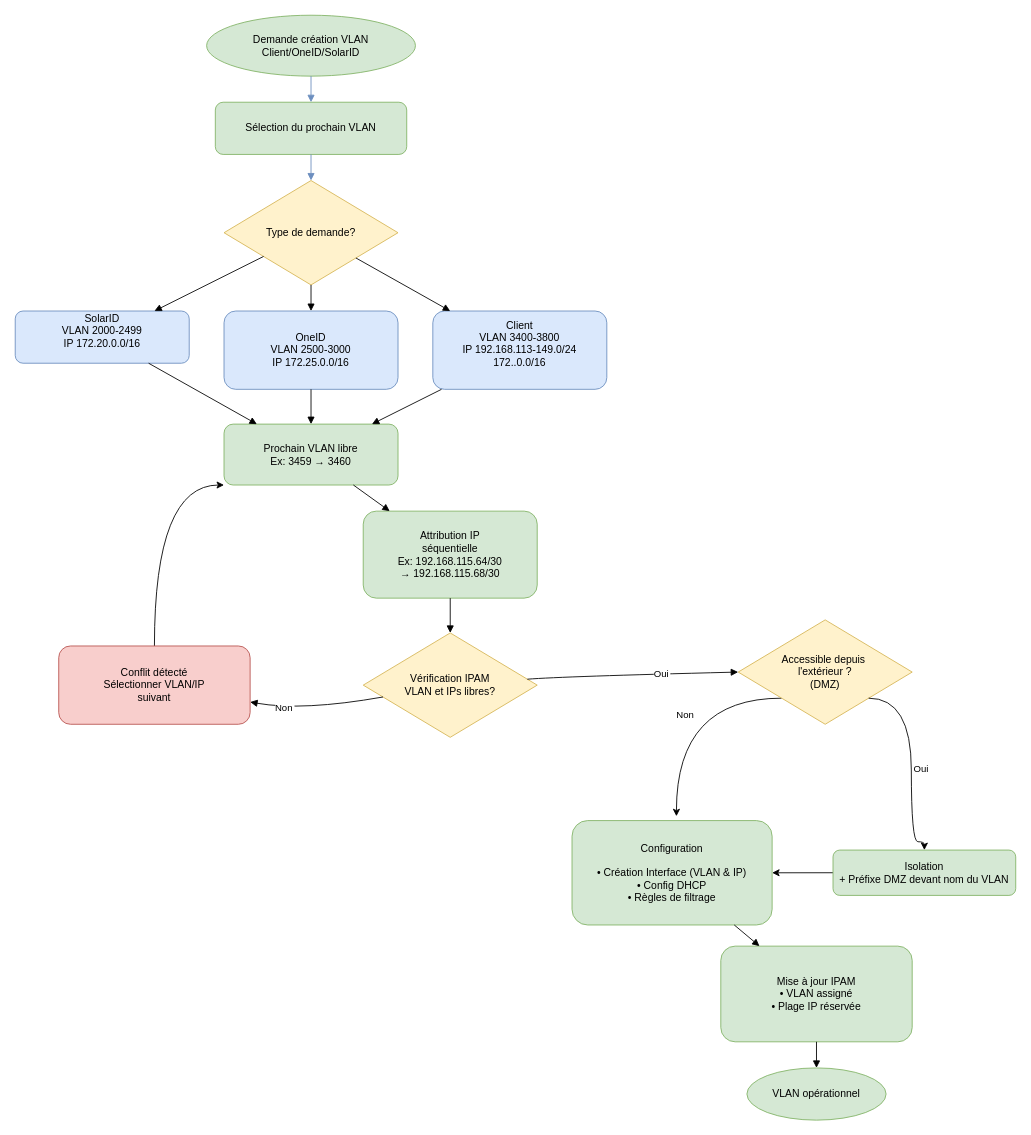
The draw.io diagram Diagrammes_création_vlan.drawio in titiuv24/diagrammes, before the edit. Source tidied: cells renumbered, new cells numbered last; positions are measured from the earlier drawing's top-left corner, leaving out a move shared by most shapes. Both pictures are drawn from the tidied source at 87%, with x=0, y=0 at pixel (15, 15).
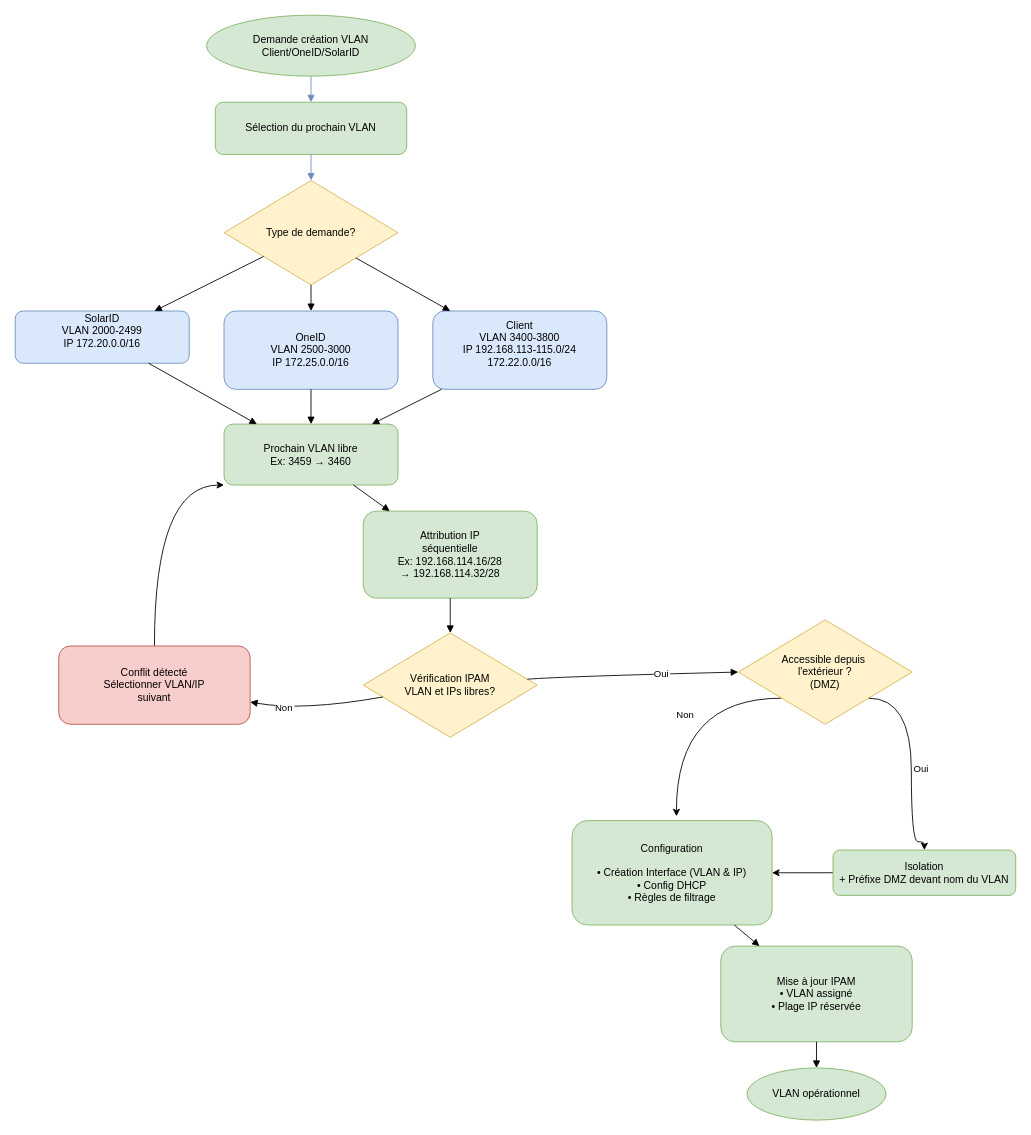
After the change.

Commit message:
Mettre à jour Diagrammes_création_vlan.drawio

What changed in the source:
```diff
@@
-    <mxCell id="9" value="Client&lt;br&gt;&lt;div&gt;VLAN 3400-3800&lt;/div&gt;&lt;div&gt;IP 192.168.113-149.0/24&lt;/div&gt;172..0.0/16&lt;div&gt;&lt;br/&gt;&lt;/div&gt;" style="rounded=1;whiteSpace=wrap;html=1;fillColor=#dae8fc;strokeColor=#6c8ebf;" parent="1" vertex="1">
+    <mxCell id="9" value="Client&lt;br&gt;&lt;div&gt;VLAN 3400-3800&lt;/div&gt;&lt;div&gt;IP 192.168.113-115.0/24&lt;/div&gt;172.22.0.0/16&lt;div&gt;&lt;br&gt;&lt;/div&gt;" style="rounded=1;whiteSpace=wrap;html=1;fillColor=#dae8fc;strokeColor=#6c8ebf;" parent="1" vertex="1">
       <mxGeometry x="480" y="340" width="200" height="90" as="geometry" />
     </mxCell>
@@
-    <mxCell id="17" value="Attribution IP&#10;séquentielle&#10;Ex: 192.168.115.64/30&#10;→ 192.168.115.68/30" style="rounded=1;whiteSpace=wrap;html=1;fillColor=#d5e8d4;strokeColor=#82b366;" parent="1" vertex="1">
+    <mxCell id="17" value="Attribution IP&lt;br&gt;séquentielle&lt;br&gt;Ex: 192.168.114.16/28&lt;br&gt;→ 192.168.114.32/28" style="rounded=1;whiteSpace=wrap;html=1;fillColor=#d5e8d4;strokeColor=#82b366;" parent="1" vertex="1">
       <mxGeometry x="400" y="570" width="200" height="100" as="geometry" />
     </mxCell>
```
